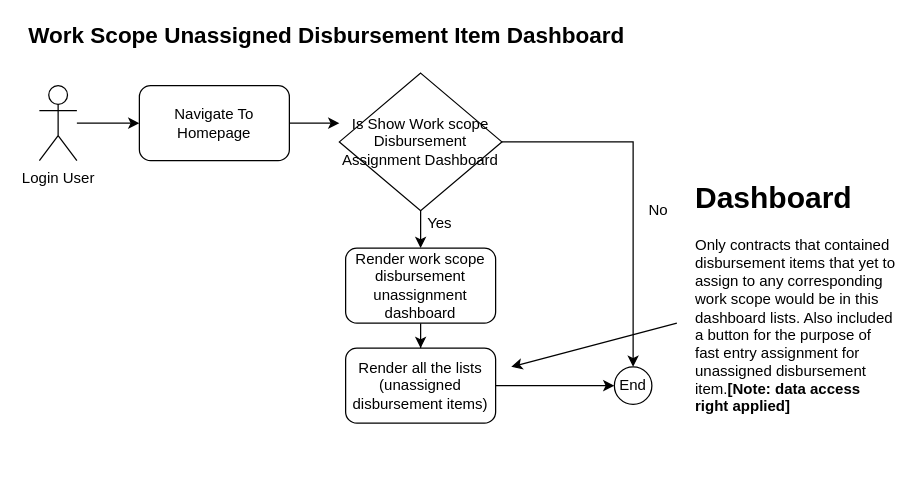
This is page "WS DB Dashboard" (8 of 17) of Untitled Diagram.drawio from Harbringer666/Harbringer, a draw.io file, before an edit. Source tidied: cells renumbered, new cells numbered last; positions are measured from the earlier drawing's top-left corner, leaving out a move shared by most shapes. Both pictures are drawn from the tidied source at 125%, with x=0, y=0 at pixel (26, 22).
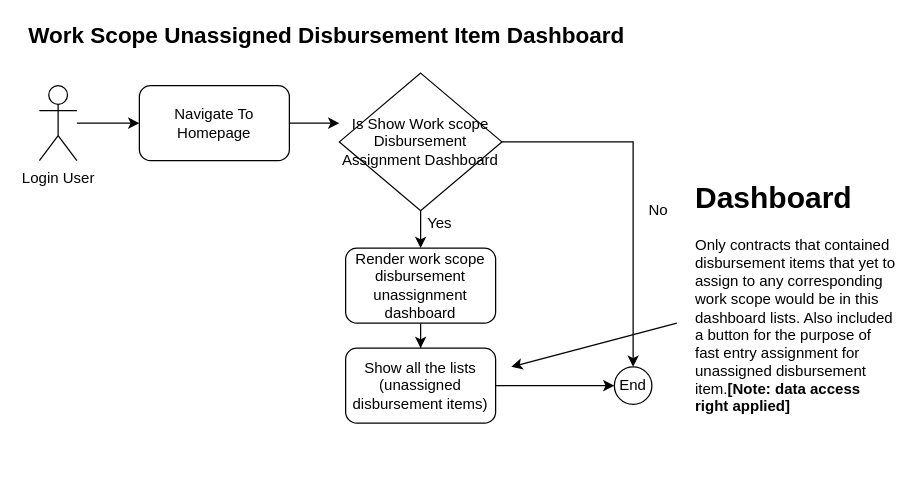
The same page after the edit.

Change to the diagram source:
```diff
@@
-    <mxCell id="13" value="Render all the lists (unassigned disbursement items)" style="whiteSpace=wrap;html=1;rounded=1;" parent="1" vertex="1">
+    <mxCell id="13" value="Show all the lists (unassigned disbursement items)" style="whiteSpace=wrap;html=1;rounded=1;" parent="1" vertex="1">
       <mxGeometry x="255" y="260" width="120" height="60" as="geometry" />
     </mxCell>
```
